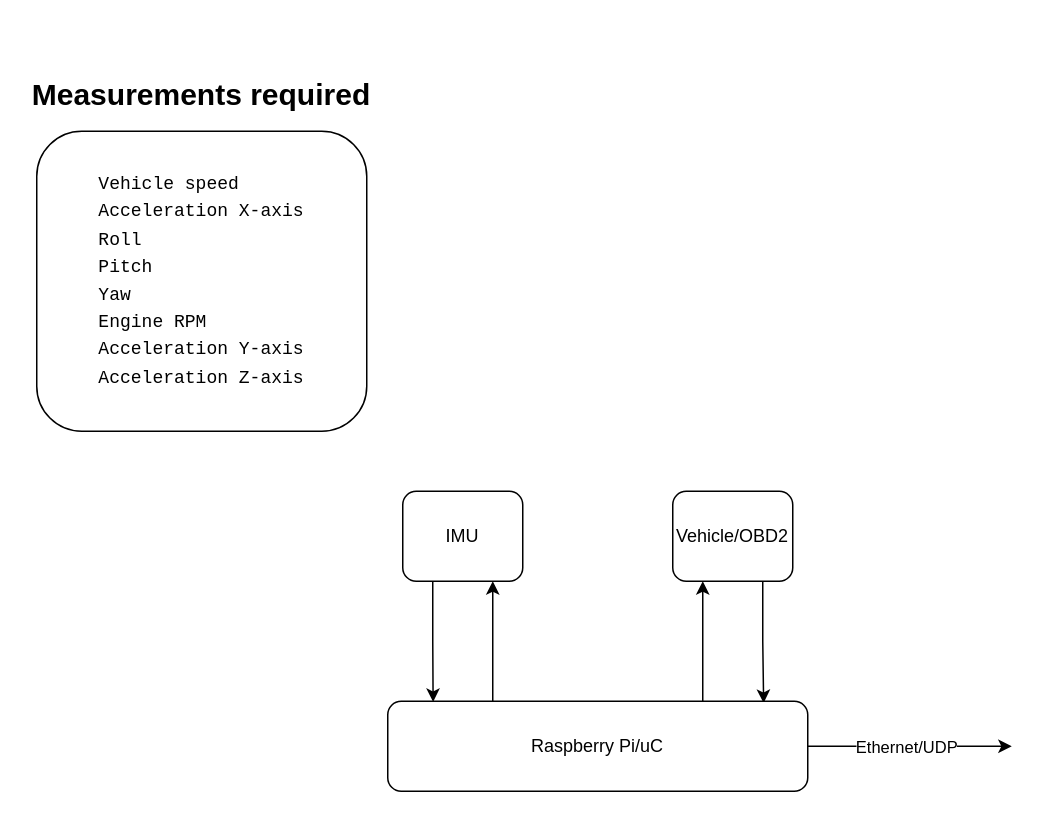
Above: page "VPII" (2 of 4) of GNSS Datalogger Blockdiagram.drawio in torejohansson97/tightly-coupled-gnss-data-logger (draw.io), before the change. Source tidied: cells renumbered, new cells numbered last; positions are measured from the earlier drawing's top-left corner, leaving out a move shared by most shapes. Both pictures are drawn from the tidied source at 150%, with x=0, y=0 at pixel (26, 26).
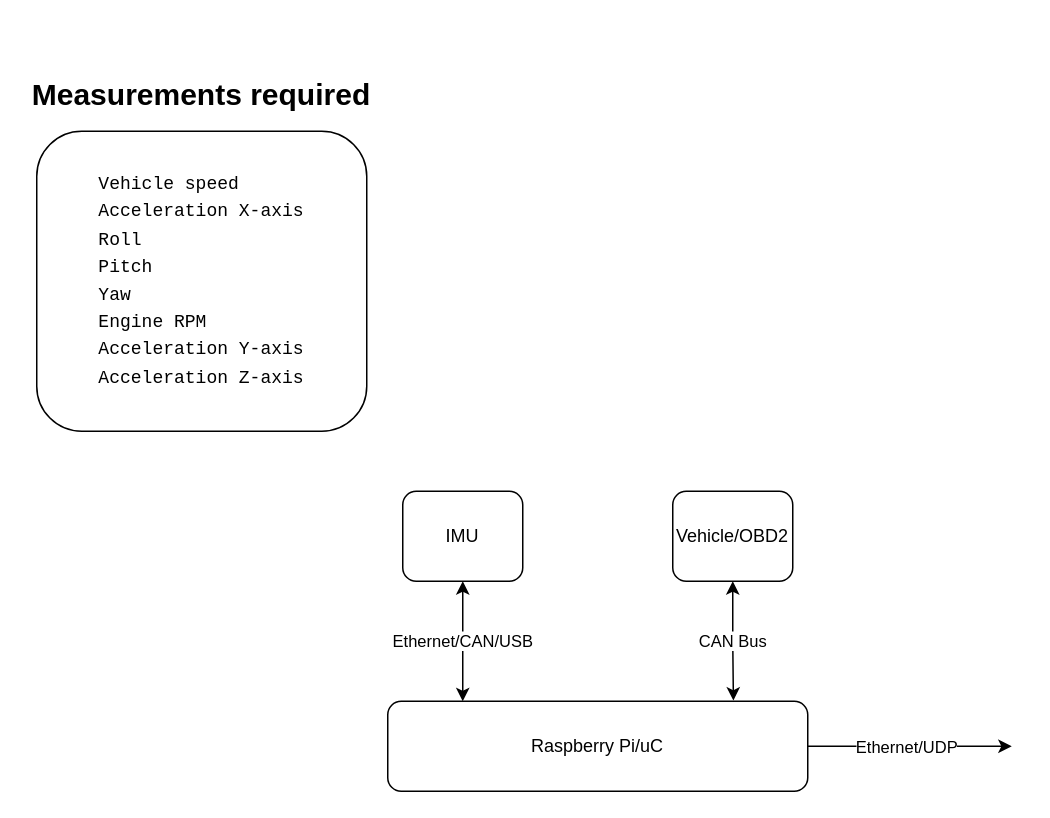
After the change.

Diff of the diagram source:
```diff
@@
 <mxGraphModel>
   <root>
     <mxCell id="0" />
     <mxCell id="1" parent="0" />
     <mxCell id="2" value="&lt;b&gt;&lt;font style=&quot;font-size: 20px;&quot;&gt;Measurements required&lt;/font&gt;&lt;/b&gt;" style="text;html=1;strokeColor=none;fillColor=none;align=center;verticalAlign=middle;whiteSpace=wrap;rounded=0;" parent="1" vertex="1">
       <mxGeometry width="234" height="90" as="geometry" />
     </mxCell>
     <mxCell id="3" value="&lt;pre style=&quot;font-size: 12px; text-align: start;&quot;&gt;&lt;table&gt;&lt;tbody&gt;&lt;tr&gt;&lt;td&gt;Vehicle speed&lt;/td&gt;&lt;/tr&gt;&lt;tr&gt;&lt;td&gt;Acceleration X-axis&lt;/td&gt;&lt;/tr&gt;&lt;tr&gt;&lt;td&gt;Roll&lt;/td&gt;&lt;/tr&gt;&lt;tr&gt;&lt;td&gt;Pitch&lt;/td&gt;&lt;/tr&gt;&lt;tr&gt;&lt;td&gt;Yaw&lt;/td&gt;&lt;/tr&gt;&lt;tr&gt;&lt;td&gt;Engine RPM&lt;/td&gt;&lt;/tr&gt;&lt;tr&gt;&lt;td&gt;Acceleration Y-axis&lt;/td&gt;&lt;/tr&gt;&lt;tr&gt;&lt;td&gt;Acceleration Z-axis&lt;/td&gt;&lt;/tr&gt;&lt;/tbody&gt;&lt;/table&gt;&lt;/pre&gt;" style="rounded=1;whiteSpace=wrap;html=1;fontSize=20;" parent="1" vertex="1">
       <mxGeometry x="7" y="70" width="220" height="200" as="geometry" />
     </mxCell>
-    <mxCell id="4" style="edgeStyle=orthogonalEdgeStyle;rounded=0;jettySize=auto;html=1;exitX=0.75;exitY=1;exitDx=0;exitDy=0;entryX=0.895;entryY=0.02;entryDx=0;entryDy=0;entryPerimeter=0;" parent="1" edge="1" source="5" target="12">
+    <mxCell id="4" value="CAN Bus" style="edgeStyle=orthogonalEdgeStyle;rounded=0;jettySize=auto;html=1;exitX=0.5;exitY=1;exitDx=0;exitDy=0;entryX=0.823;entryY=-0.007;entryDx=0;entryDy=0;entryPerimeter=0;fontSize=11;startArrow=classic;startFill=1;" parent="1" edge="1" source="5" target="12">
       <mxGeometry relative="1" as="geometry" />
     </mxCell>
     <mxCell id="5" value="Vehicle/OBD2" style="rounded=1;whiteSpace=wrap;html=1;" parent="1" vertex="1">
       <mxGeometry x="431" y="310" width="80" height="60" as="geometry" />
     </mxCell>
-    <mxCell id="6" style="edgeStyle=orthogonalEdgeStyle;rounded=0;jettySize=auto;html=1;exitX=0.25;exitY=1;exitDx=0;exitDy=0;entryX=0.108;entryY=0.007;entryDx=0;entryDy=0;entryPerimeter=0;" parent="1" edge="1" source="7" target="12">
-      <mxGeometry relative="1" as="geometry" />
-    </mxCell>
+    <mxCell id="13" value="Ethernet/CAN/USB" style="edgeStyle=orthogonalEdgeStyle;rounded=0;jettySize=auto;html=1;exitX=0.5;exitY=1;exitDx=0;exitDy=0;fontSize=11;startArrow=classic;startFill=1;" parent="1" edge="1" source="7">
+      <mxGeometry relative="1" as="geometry">
+        <mxPoint x="291" y="450" as="targetPoint" />
+      </mxGeometry>
+    </mxCell>
     <mxCell id="7" value="IMU" style="rounded=1;whiteSpace=wrap;html=1;" parent="1" vertex="1">
       <mxGeometry x="251" y="310" width="80" height="60" as="geometry" />
     </mxCell>
-    <mxCell id="8" style="edgeStyle=orthogonalEdgeStyle;rounded=0;jettySize=auto;html=1;exitX=0.25;exitY=0;exitDx=0;exitDy=0;entryX=0.75;entryY=1;entryDx=0;entryDy=0;" parent="1" edge="1" source="12" target="7">
-      <mxGeometry relative="1" as="geometry" />
-    </mxCell>
-    <mxCell id="9" style="edgeStyle=orthogonalEdgeStyle;rounded=0;jettySize=auto;html=1;exitX=0.75;exitY=0;exitDx=0;exitDy=0;entryX=0.25;entryY=1;entryDx=0;entryDy=0;" parent="1" edge="1" source="12" target="5">
-      <mxGeometry relative="1" as="geometry" />
-    </mxCell>
     <mxCell id="10" style="edgeStyle=orthogonalEdgeStyle;rounded=0;jettySize=auto;html=1;exitX=1;exitY=0.5;exitDx=0;exitDy=0;" parent="1" edge="1" source="12">
       <mxGeometry relative="1" as="geometry">
         <mxPoint x="657" y="480" as="targetPoint" />
       </mxGeometry>
     </mxCell>
     <mxCell id="11" value="Ethernet/UDP" style="edgeLabel;html=1;align=center;verticalAlign=middle;" parent="10" vertex="1">
       <mxGeometry x="0.25" y="2" relative="1" as="geometry">
         <mxPoint x="-19" y="2" as="offset" />
       </mxGeometry>
     </mxCell>
     <mxCell id="12" value="Raspberry Pi/uC" style="rounded=1;whiteSpace=wrap;html=1;" parent="1" vertex="1">
       <mxGeometry x="241" y="450" width="280" height="60" as="geometry" />
     </mxCell>
   </root>
 </mxGraphModel>
```
